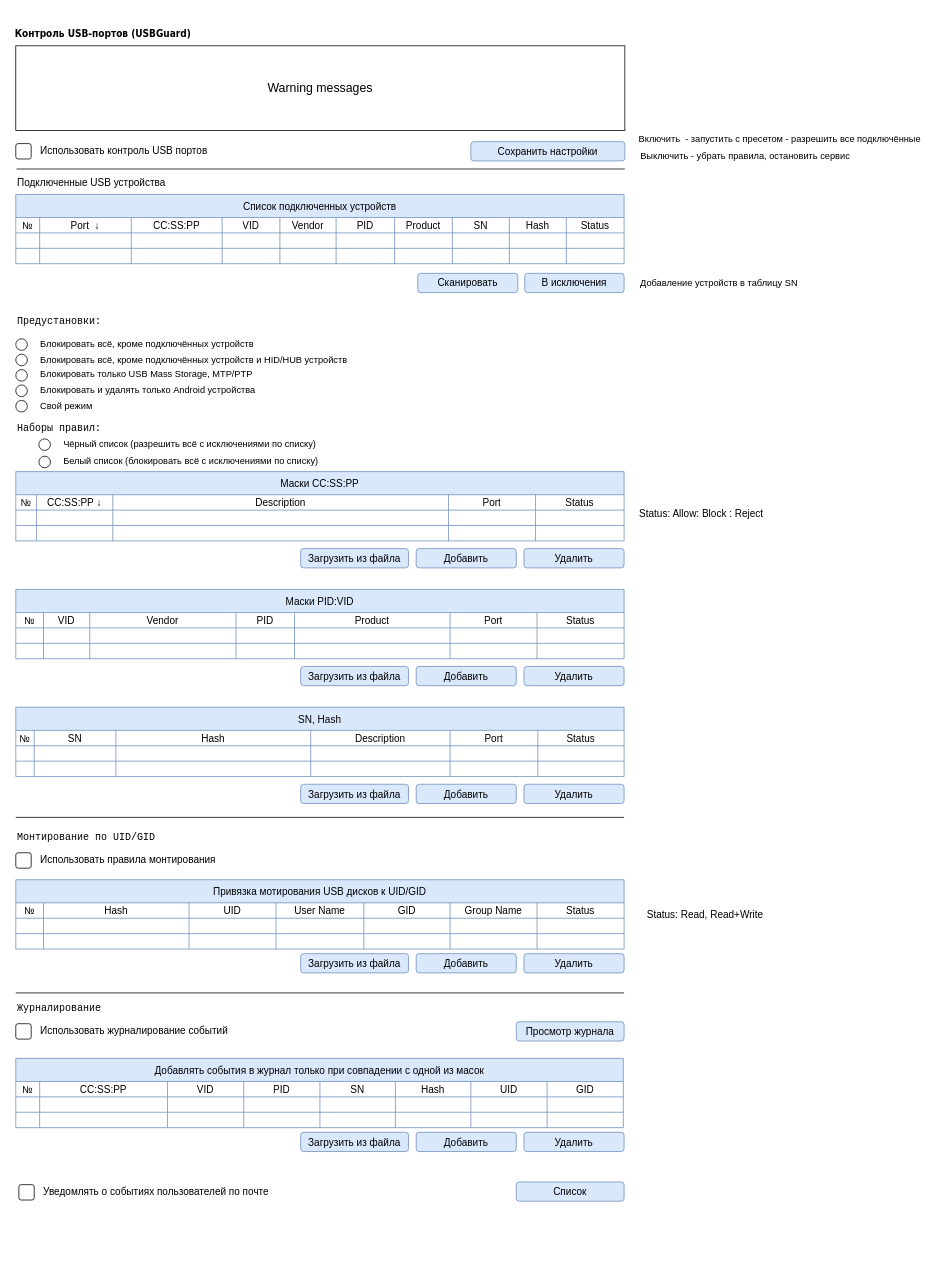
The draw.io diagram alterator_ui/UI.drawio in 3036662/alterator-usbmount, before the edit. Source tidied: cells renumbered, new cells numbered last; positions are measured from the earlier drawing's top-left corner, leaving out a move shared by most shapes. Both pictures are drawn from the tidied source at 77%, with x=0, y=0 at pixel (13, 13).
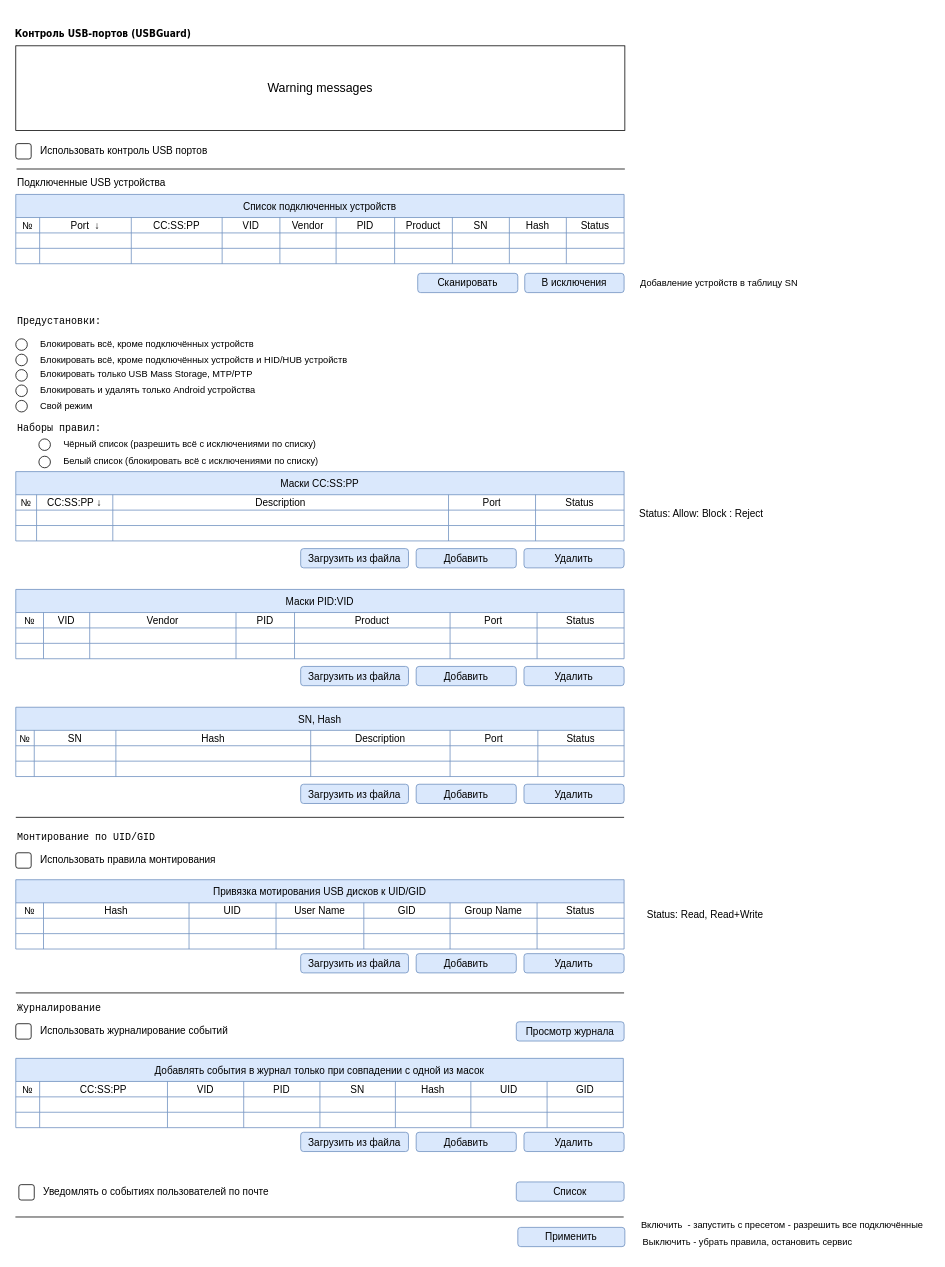
Above is the later version.

Commit message:
Кнопка применить

What changed in the source:
```diff
@@
-    <mxCell id="12" value="Сохранить настройки" style="rounded=1;whiteSpace=wrap;html=1;fillColor=#dae8fc;strokeColor=#6c8ebf;fontSize=13;" parent="1" vertex="1">
-      <mxGeometry x="594" y="166.5" width="200" height="25" as="geometry" />
-    </mxCell>
@@
-    <mxCell id="48" value="Включить&amp;nbsp; - запустить с пресетом - разрешить все подключённые" style="text;html=1;align=center;verticalAlign=middle;strokeColor=none;fillColor=none;" parent="1" vertex="1">
-      <mxGeometry x="800" y="149" width="390" height="30" as="geometry" />
-    </mxCell>
@@
-    <mxCell id="50" value="Выключить - убрать правила, остановить сервис" style="text;html=1;align=center;verticalAlign=middle;strokeColor=none;fillColor=none;" parent="1" vertex="1">
-      <mxGeometry x="800" y="171" width="300" height="30" as="geometry" />
-    </mxCell>
@@
+    <mxCell id="220" style="endArrow=none;html=1;rounded=0;fontSize=13;" parent="1" edge="1">
+      <mxGeometry relative="1" as="geometry">
+        <mxPoint x="2.5" y="1563" as="sourcePoint" />
+        <mxPoint x="792.5" y="1563" as="targetPoint" />
+      </mxGeometry>
+    </mxCell>
+    <mxCell id="221" value="Применить" style="rounded=1;whiteSpace=wrap;html=1;fillColor=#dae8fc;strokeColor=#6c8ebf;fontSize=13;" parent="1" vertex="1">
+      <mxGeometry x="655" y="1576.5" width="139" height="25" as="geometry" />
+    </mxCell>
+    <mxCell id="48" value="Включить&amp;nbsp; - запустить с пресетом - разрешить все подключённые" style="text;html=1;align=center;verticalAlign=middle;strokeColor=none;fillColor=none;" parent="1" vertex="1">
+      <mxGeometry x="803" y="1559" width="390" height="30" as="geometry" />
+    </mxCell>
+    <mxCell id="50" value="Выключить - убрать правила, остановить сервис" style="text;html=1;align=center;verticalAlign=middle;strokeColor=none;fillColor=none;" parent="1" vertex="1">
+      <mxGeometry x="803" y="1581" width="300" height="30" as="geometry" />
+    </mxCell>
```
